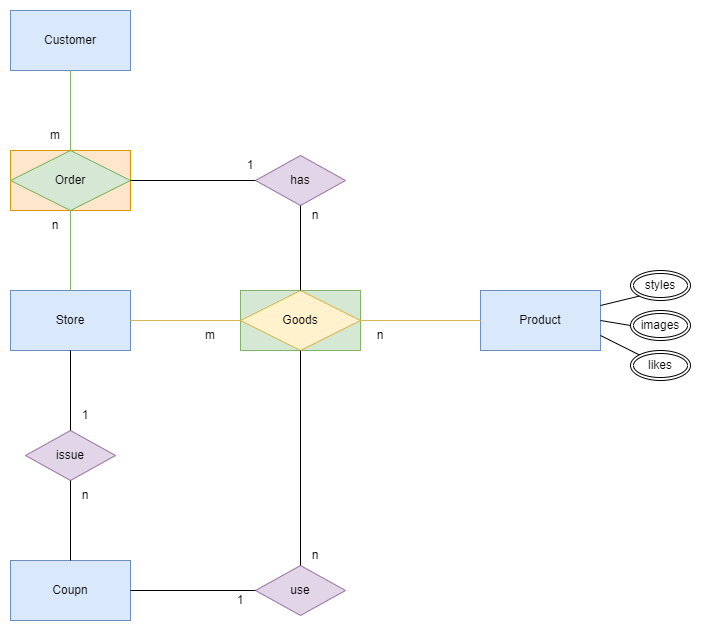
This is doc/model.png from mirror520/rs, a draw.io export, as it was before one commit. Source tidied: cells renumbered, new cells last; positions are measured from the earlier drawing's top-left corner, leaving out a move shared by most shapes. The source it was exported from:
```xml
<mxGraphModel>
  <root>
    <mxCell id="0" />
    <mxCell id="1" parent="0" />
    <mxCell id="2" value="Store" style="rounded=0;whiteSpace=wrap;html=1;fillColor=#dae8fc;strokeColor=#6c8ebf;" parent="1" vertex="1">
      <mxGeometry y="280" width="120" height="60" as="geometry" />
    </mxCell>
    <mxCell id="3" value="Product" style="rounded=0;whiteSpace=wrap;html=1;fillColor=#dae8fc;strokeColor=#6c8ebf;" parent="1" vertex="1">
      <mxGeometry x="470" y="280" width="120" height="60" as="geometry" />
    </mxCell>
    <mxCell id="4" style="group;" parent="1" vertex="1">
      <mxGeometry x="230" y="280" width="120" height="60" as="geometry" />
    </mxCell>
    <mxCell id="5" style="rounded=0;whiteSpace=wrap;html=1;fillColor=#d5e8d4;strokeColor=#82b366;" parent="4" vertex="1">
      <mxGeometry width="120" height="60" as="geometry" />
    </mxCell>
    <mxCell id="6" value="Goods" style="rhombus;whiteSpace=wrap;html=1;fillColor=#fff2cc;strokeColor=#d6b656;" parent="4" vertex="1">
      <mxGeometry width="120" height="60" as="geometry" />
    </mxCell>
    <mxCell id="7" style="endArrow=none;html=1;rounded=0;exitX=1;exitY=0.5;exitDx=0;exitDy=0;entryX=0;entryY=0.5;entryDx=0;entryDy=0;fillColor=#fff2cc;strokeColor=#d6b656;" parent="1" edge="1" source="2" target="6">
      <mxGeometry relative="1" as="geometry" />
    </mxCell>
    <mxCell id="8" style="endArrow=none;html=1;rounded=0;exitX=0;exitY=0.5;exitDx=0;exitDy=0;entryX=1;entryY=0.5;entryDx=0;entryDy=0;fillColor=#fff2cc;strokeColor=#d6b656;" parent="1" edge="1" source="3" target="5">
      <mxGeometry relative="1" as="geometry" />
    </mxCell>
    <mxCell id="9" value="n" style="text;html=1;strokeColor=none;fillColor=none;align=center;verticalAlign=middle;whiteSpace=wrap;rounded=0;" parent="1" vertex="1">
      <mxGeometry x="340" y="310" width="60" height="30" as="geometry" />
    </mxCell>
    <mxCell id="10" value="m" style="text;html=1;strokeColor=none;fillColor=none;align=center;verticalAlign=middle;whiteSpace=wrap;rounded=0;" parent="1" vertex="1">
      <mxGeometry x="170" y="310" width="60" height="30" as="geometry" />
    </mxCell>
    <mxCell id="11" value="Coupn" style="rounded=0;whiteSpace=wrap;html=1;fillColor=#dae8fc;strokeColor=#6c8ebf;" parent="1" vertex="1">
      <mxGeometry y="550" width="120" height="60" as="geometry" />
    </mxCell>
    <mxCell id="12" value="issue" style="rhombus;whiteSpace=wrap;html=1;fillColor=#e1d5e7;strokeColor=#9673a6;" parent="1" vertex="1">
      <mxGeometry x="15" y="420" width="90" height="50" as="geometry" />
    </mxCell>
    <mxCell id="13" style="endArrow=none;html=1;rounded=0;exitX=0.5;exitY=0;exitDx=0;exitDy=0;entryX=0.5;entryY=1;entryDx=0;entryDy=0;" parent="1" edge="1" source="12" target="2">
      <mxGeometry relative="1" as="geometry" />
    </mxCell>
    <mxCell id="14" style="endArrow=none;html=1;rounded=0;exitX=0.5;exitY=0;exitDx=0;exitDy=0;entryX=0.5;entryY=1;entryDx=0;entryDy=0;" parent="1" edge="1" source="11" target="12">
      <mxGeometry relative="1" as="geometry" />
    </mxCell>
    <mxCell id="15" value="n" style="text;html=1;strokeColor=none;fillColor=none;align=center;verticalAlign=middle;whiteSpace=wrap;rounded=0;" parent="1" vertex="1">
      <mxGeometry x="45" y="470" width="60" height="30" as="geometry" />
    </mxCell>
    <mxCell id="16" value="1" style="text;html=1;strokeColor=none;fillColor=none;align=center;verticalAlign=middle;whiteSpace=wrap;rounded=0;" parent="1" vertex="1">
      <mxGeometry x="45" y="390" width="60" height="30" as="geometry" />
    </mxCell>
    <mxCell id="17" value="use" style="rhombus;whiteSpace=wrap;html=1;fillColor=#e1d5e7;strokeColor=#9673a6;" parent="1" vertex="1">
      <mxGeometry x="245" y="555" width="90" height="50" as="geometry" />
    </mxCell>
    <mxCell id="18" style="endArrow=none;html=1;rounded=0;exitX=0.5;exitY=0;exitDx=0;exitDy=0;entryX=0.5;entryY=1;entryDx=0;entryDy=0;" parent="1" edge="1" source="17" target="6">
      <mxGeometry relative="1" as="geometry" />
    </mxCell>
    <mxCell id="19" style="endArrow=none;html=1;rounded=0;exitX=0;exitY=0.5;exitDx=0;exitDy=0;entryX=1;entryY=0.5;entryDx=0;entryDy=0;" parent="1" edge="1" source="17" target="11">
      <mxGeometry relative="1" as="geometry" />
    </mxCell>
    <mxCell id="20" value="1" style="text;html=1;strokeColor=none;fillColor=none;align=center;verticalAlign=middle;whiteSpace=wrap;rounded=0;" parent="1" vertex="1">
      <mxGeometry x="200" y="575" width="60" height="30" as="geometry" />
    </mxCell>
    <mxCell id="21" value="n" style="text;html=1;strokeColor=none;fillColor=none;align=center;verticalAlign=middle;whiteSpace=wrap;rounded=0;" parent="1" vertex="1">
      <mxGeometry x="275" y="530" width="60" height="30" as="geometry" />
    </mxCell>
    <mxCell id="22" value="Customer" style="rounded=0;whiteSpace=wrap;html=1;fillColor=#dae8fc;strokeColor=#6c8ebf;" parent="1" vertex="1">
      <mxGeometry width="120" height="60" as="geometry" />
    </mxCell>
    <mxCell id="23" style="group;fillColor=#ffe6cc;strokeColor=#d79b00;" parent="1" vertex="1">
      <mxGeometry y="140" width="120" height="60" as="geometry" />
    </mxCell>
    <mxCell id="24" style="rounded=0;whiteSpace=wrap;html=1;fillColor=#ffe6cc;strokeColor=#d79b00;" parent="1" vertex="1">
      <mxGeometry y="140" width="120" height="60" as="geometry" />
    </mxCell>
    <mxCell id="25" value="Order" style="rhombus;whiteSpace=wrap;html=1;fillColor=#d5e8d4;strokeColor=#82b366;" parent="1" vertex="1">
      <mxGeometry y="140" width="120" height="60" as="geometry" />
    </mxCell>
    <mxCell id="26" style="endArrow=none;html=1;rounded=0;exitX=0.5;exitY=0;exitDx=0;exitDy=0;entryX=0.5;entryY=1;entryDx=0;entryDy=0;fillColor=#d5e8d4;strokeColor=#82b366;" parent="1" edge="1" source="2" target="25">
      <mxGeometry relative="1" as="geometry" />
    </mxCell>
    <mxCell id="27" style="endArrow=none;html=1;rounded=0;exitX=0.5;exitY=0;exitDx=0;exitDy=0;entryX=0.5;entryY=1;entryDx=0;entryDy=0;fillColor=#d5e8d4;strokeColor=#82b366;" parent="1" edge="1" source="25" target="22">
      <mxGeometry relative="1" as="geometry" />
    </mxCell>
    <mxCell id="28" value="m" style="text;html=1;strokeColor=none;fillColor=none;align=center;verticalAlign=middle;whiteSpace=wrap;rounded=0;" parent="1" vertex="1">
      <mxGeometry x="15" y="110" width="60" height="30" as="geometry" />
    </mxCell>
    <mxCell id="29" value="n" style="text;html=1;strokeColor=none;fillColor=none;align=center;verticalAlign=middle;whiteSpace=wrap;rounded=0;" parent="1" vertex="1">
      <mxGeometry x="15" y="200" width="60" height="30" as="geometry" />
    </mxCell>
    <mxCell id="30" value="has" style="rhombus;whiteSpace=wrap;html=1;fillColor=#e1d5e7;strokeColor=#9673a6;" parent="1" vertex="1">
      <mxGeometry x="245" y="145" width="90" height="50" as="geometry" />
    </mxCell>
    <mxCell id="31" style="endArrow=none;html=1;rounded=0;exitX=0;exitY=0.5;exitDx=0;exitDy=0;entryX=1;entryY=0.5;entryDx=0;entryDy=0;" parent="1" edge="1" source="30" target="25">
      <mxGeometry relative="1" as="geometry" />
    </mxCell>
    <mxCell id="32" style="endArrow=none;html=1;rounded=0;exitX=0.5;exitY=1;exitDx=0;exitDy=0;entryX=0.5;entryY=0;entryDx=0;entryDy=0;" parent="1" edge="1" source="30" target="6">
      <mxGeometry relative="1" as="geometry" />
    </mxCell>
    <mxCell id="33" value="n" style="text;html=1;strokeColor=none;fillColor=none;align=center;verticalAlign=middle;whiteSpace=wrap;rounded=0;" parent="1" vertex="1">
      <mxGeometry x="275" y="190" width="60" height="30" as="geometry" />
    </mxCell>
    <mxCell id="34" value="1" style="text;html=1;strokeColor=none;fillColor=none;align=center;verticalAlign=middle;whiteSpace=wrap;rounded=0;" parent="1" vertex="1">
      <mxGeometry x="210" y="140" width="60" height="30" as="geometry" />
    </mxCell>
    <mxCell id="35" value="likes" style="ellipse;shape=doubleEllipse;margin=3;whiteSpace=wrap;html=1;align=center;shadow=0;sketch=0;gradientColor=none;" parent="1" vertex="1">
      <mxGeometry x="620" y="340" width="60" height="30" as="geometry" />
    </mxCell>
    <mxCell id="36" value="images" style="ellipse;shape=doubleEllipse;margin=3;whiteSpace=wrap;html=1;align=center;shadow=0;sketch=0;gradientColor=none;" parent="1" vertex="1">
      <mxGeometry x="620" y="300" width="60" height="30" as="geometry" />
    </mxCell>
    <mxCell id="37" value="styles" style="ellipse;shape=doubleEllipse;margin=3;whiteSpace=wrap;html=1;align=center;shadow=0;sketch=0;gradientColor=none;" parent="1" vertex="1">
      <mxGeometry x="620" y="260" width="60" height="30" as="geometry" />
    </mxCell>
    <mxCell id="38" style="endArrow=none;html=1;rounded=0;entryX=0;entryY=1;entryDx=0;entryDy=0;exitX=1;exitY=0.25;exitDx=0;exitDy=0;" parent="1" edge="1" source="3" target="37">
      <mxGeometry relative="1" as="geometry" />
    </mxCell>
    <mxCell id="39" style="endArrow=none;html=1;rounded=0;entryX=0;entryY=0.5;entryDx=0;entryDy=0;exitX=1;exitY=0.5;exitDx=0;exitDy=0;" parent="1" edge="1" source="3" target="36">
      <mxGeometry relative="1" as="geometry" />
    </mxCell>
    <mxCell id="40" style="endArrow=none;html=1;rounded=0;entryX=0;entryY=0;entryDx=0;entryDy=0;exitX=1;exitY=0.75;exitDx=0;exitDy=0;" parent="1" edge="1" source="3" target="35">
      <mxGeometry relative="1" as="geometry" />
    </mxCell>
  </root>
</mxGraphModel>
```
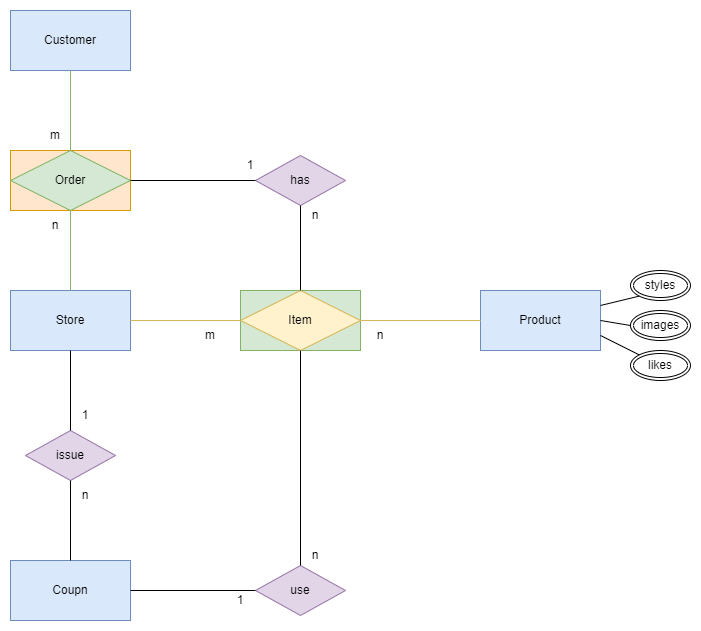
The same file after the commit.

Commit message:
建立 model 實例驗證

What changed in the source:
```diff
@@ -14,7 +14,7 @@
     <mxCell id="5" style="rounded=0;whiteSpace=wrap;html=1;fillColor=#d5e8d4;strokeColor=#82b366;" parent="4" vertex="1">
       <mxGeometry width="120" height="60" as="geometry" />
     </mxCell>
-    <mxCell id="6" value="Goods" style="rhombus;whiteSpace=wrap;html=1;fillColor=#fff2cc;strokeColor=#d6b656;" parent="4" vertex="1">
+    <mxCell id="6" value="Item" style="rhombus;whiteSpace=wrap;html=1;fillColor=#fff2cc;strokeColor=#d6b656;" parent="4" vertex="1">
       <mxGeometry width="120" height="60" as="geometry" />
     </mxCell>
     <mxCell id="7" style="endArrow=none;html=1;rounded=0;exitX=1;exitY=0.5;exitDx=0;exitDy=0;entryX=0;entryY=0.5;entryDx=0;entryDy=0;fillColor=#fff2cc;strokeColor=#d6b656;" parent="1" edge="1" source="2" target="6">
```
